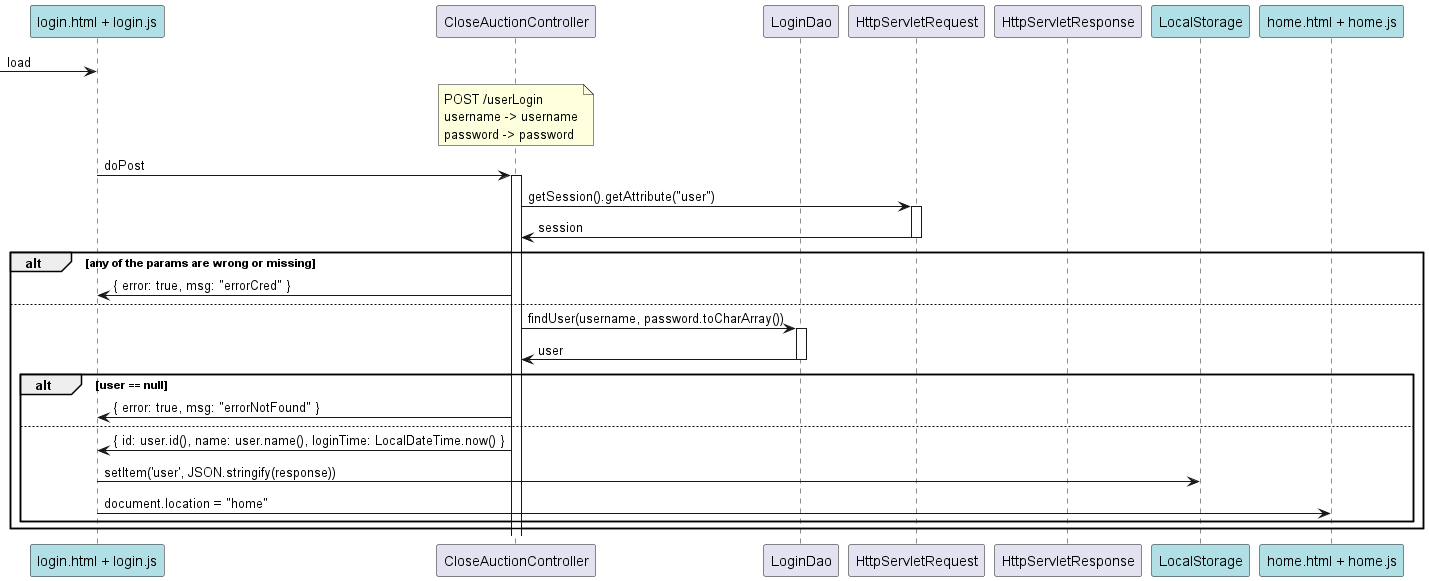
This is docs/ria/login.png from francescospangaro/tecnologie-web, a PlantUML export, as it was before one commit.
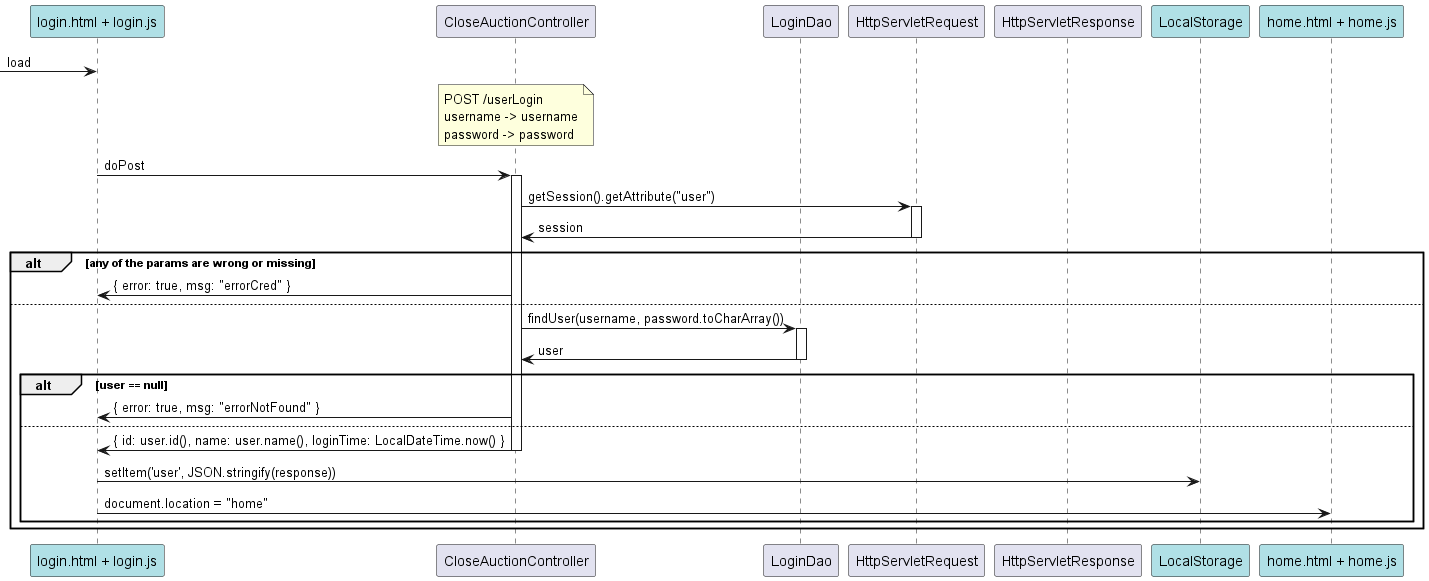
Later version of the same file.

What changed in the source:
```diff
@@ -28,7 +28,7 @@
     alt user == null
         servlet -> js : { error: true, msg: "errorNotFound" }
     else
-        servlet -> js : { id: user.id(), name: user.name(), loginTime: LocalDateTime.now() }
+        servlet -> js -- : { id: user.id(), name: user.name(), loginTime: LocalDateTime.now() }
 
         js -> localStorage: setItem('user', JSON.stringify(response))
         js -> home : document.location = "home"
```
